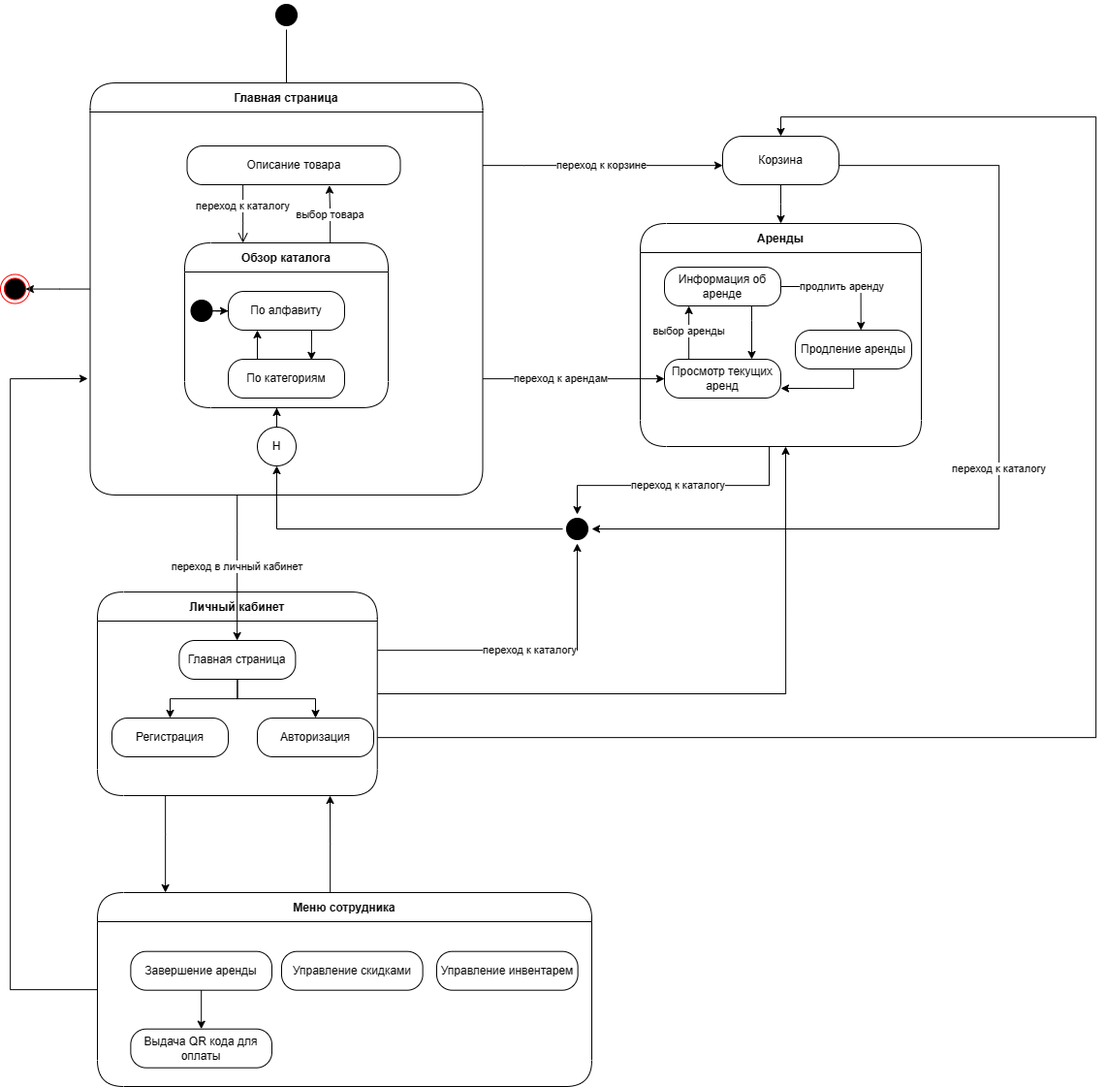
Earlier version of the draw.io export docs/diagrams/Диаграмма состояний.png (sevolchenko/SportsRentProj). Source tidied: cells renumbered, new cells last; positions are measured from the earlier drawing's top-left corner, leaving out a move shared by most shapes.
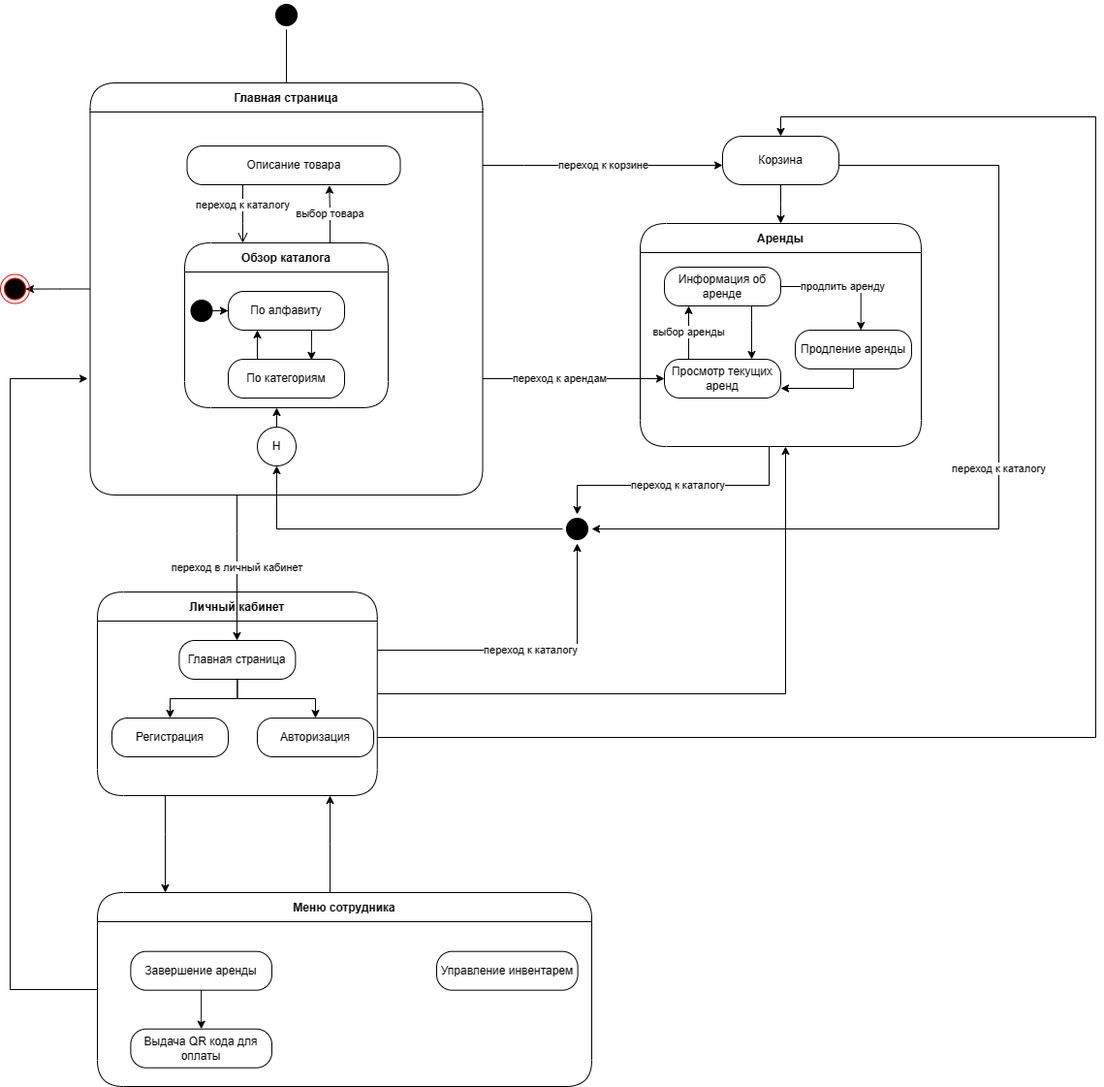
Above is the later version.

Change to the diagram source:
```diff
@@ -242,9 +242,6 @@
     <mxCell id="48" style="edgeStyle=orthogonalEdgeStyle;rounded=0;jettySize=auto;html=1;" parent="1" edge="1" source="45" target="47">
       <mxGeometry relative="1" as="geometry" />
     </mxCell>
-    <mxCell id="49" value="Управление скидками" style="rounded=1;whiteSpace=wrap;html=1;arcSize=40;fontColor=#000000;fillColor=#ffffff;strokeColor=#000000;" parent="1" vertex="1">
-      <mxGeometry x="290" y="980.7" width="145.6" height="40" as="geometry" />
-    </mxCell>
     <mxCell id="50" value="Управление инвентарем" style="rounded=1;whiteSpace=wrap;html=1;arcSize=40;fontColor=#000000;fillColor=#ffffff;strokeColor=#000000;" parent="1" vertex="1">
       <mxGeometry x="450" y="980.7" width="145.6" height="40" as="geometry" />
     </mxCell>
```
